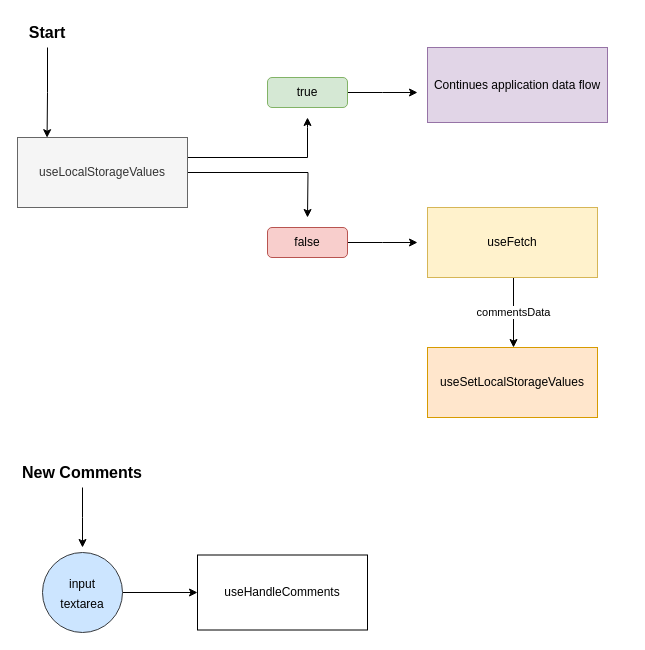
Before: References/DataFlowCommentsSections.drawio in angelicamarttins/comments-section, a draw.io diagram. Source tidied: cells renumbered, new cells numbered last; positions are measured from the earlier drawing's top-left corner, leaving out a move shared by most shapes. Both pictures are drawn from the tidied source at 100%, with x=0, y=0 at pixel (17, 17).
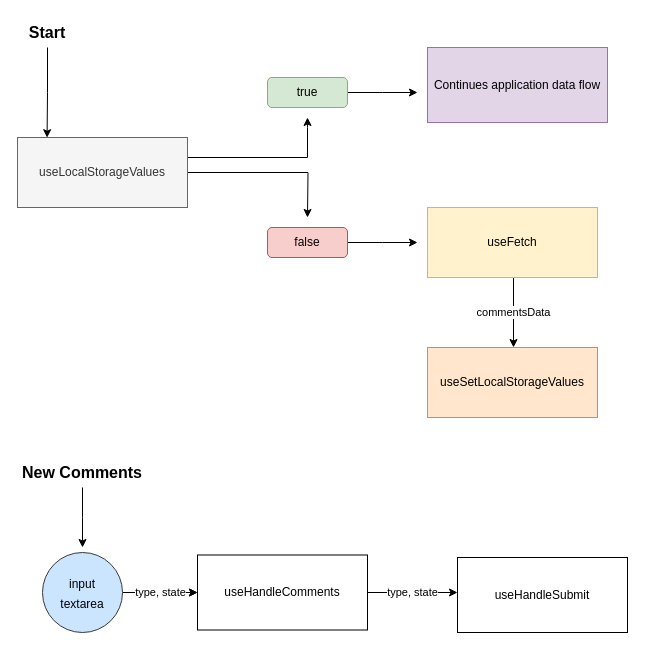
The same page after the edit.

The change refers to these unchanged cells:
```xml
<mxCell id="18" value="&lt;font style=&quot;font-size: 12px;&quot;&gt;input&lt;br&gt;textarea&lt;br&gt;&lt;/font&gt;" style="ellipse;whiteSpace=wrap;html=1;fontSize=16;fillColor=#cce5ff;strokeColor=#36393d;" parent="1" vertex="1">
  <mxGeometry x="25" y="535" width="80" height="80" as="geometry" />
</mxCell>
<mxCell id="19" value="useHandleComments" style="rounded=0;whiteSpace=wrap;html=1;fontSize=12;" parent="1" vertex="1">
  <mxGeometry x="180" y="537.5" width="170" height="75" as="geometry" />
</mxCell>
```

Diff of the diagram source:
```diff
@@
+    <mxCell id="20" value="type, state" style="edgeStyle=orthogonalEdgeStyle;rounded=0;jettySize=auto;html=1;" parent="1" edge="1" source="18" target="19">
+      <mxGeometry relative="1" as="geometry" />
+    </mxCell>
@@
+    <mxCell id="21" value="type, state" style="edgeStyle=orthogonalEdgeStyle;rounded=0;jettySize=auto;html=1;" parent="1" edge="1" source="19">
+      <mxGeometry relative="1" as="geometry">
+        <mxPoint x="440" y="575" as="targetPoint" />
+        <Array as="points">
+          <mxPoint x="400" y="575" />
+          <mxPoint x="400" y="575" />
+        </Array>
+      </mxGeometry>
+    </mxCell>
@@
+    <mxCell id="22" value="useHandleSubmit" style="rounded=0;whiteSpace=wrap;html=1;fontSize=12;" parent="1" vertex="1">
+      <mxGeometry x="440" y="540" width="170" height="75" as="geometry" />
+    </mxCell>
```
